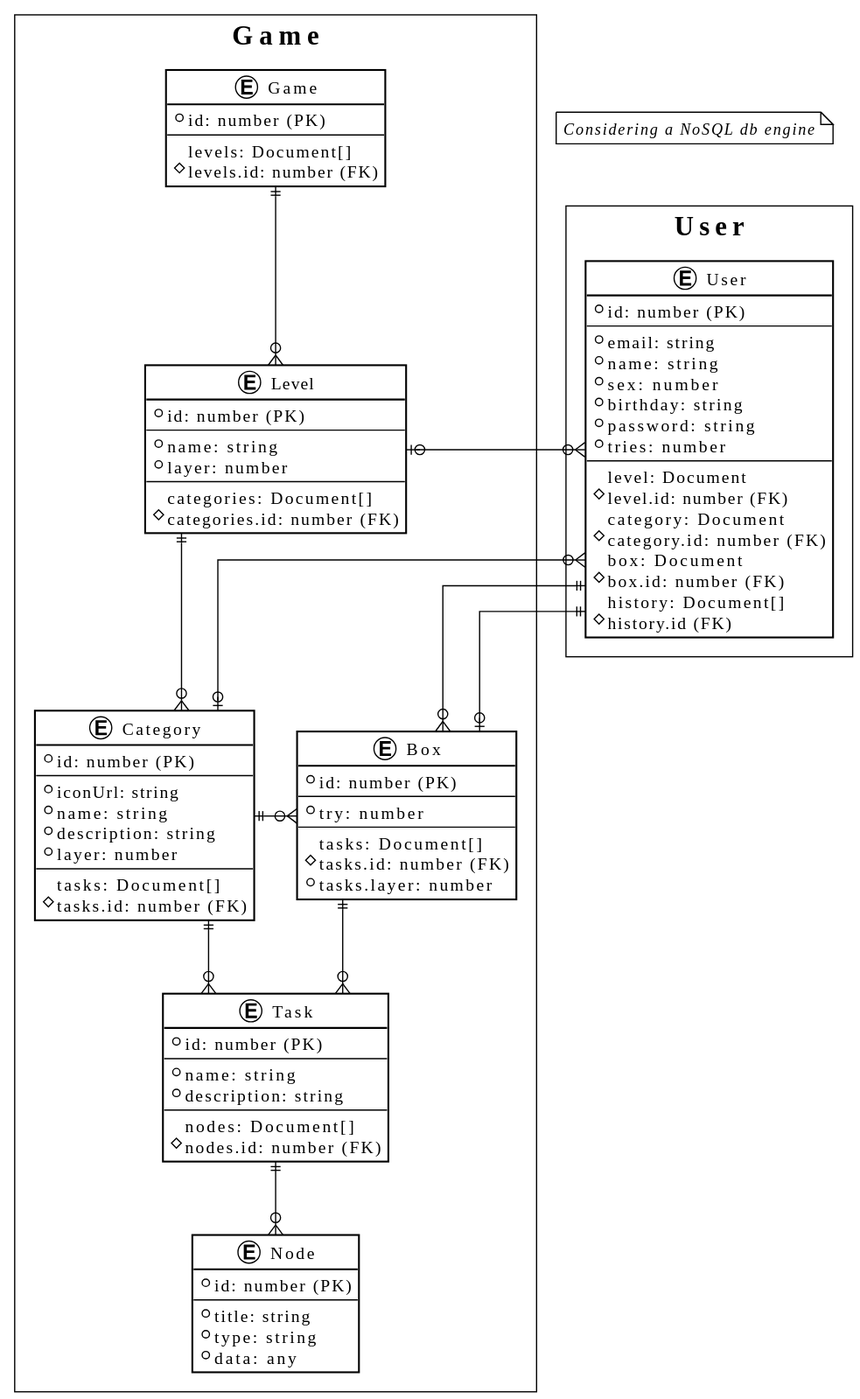
CITEI/Comunika keeps this PlantUML diagram as exported/database/er/er.svg. Above is the earlier version.
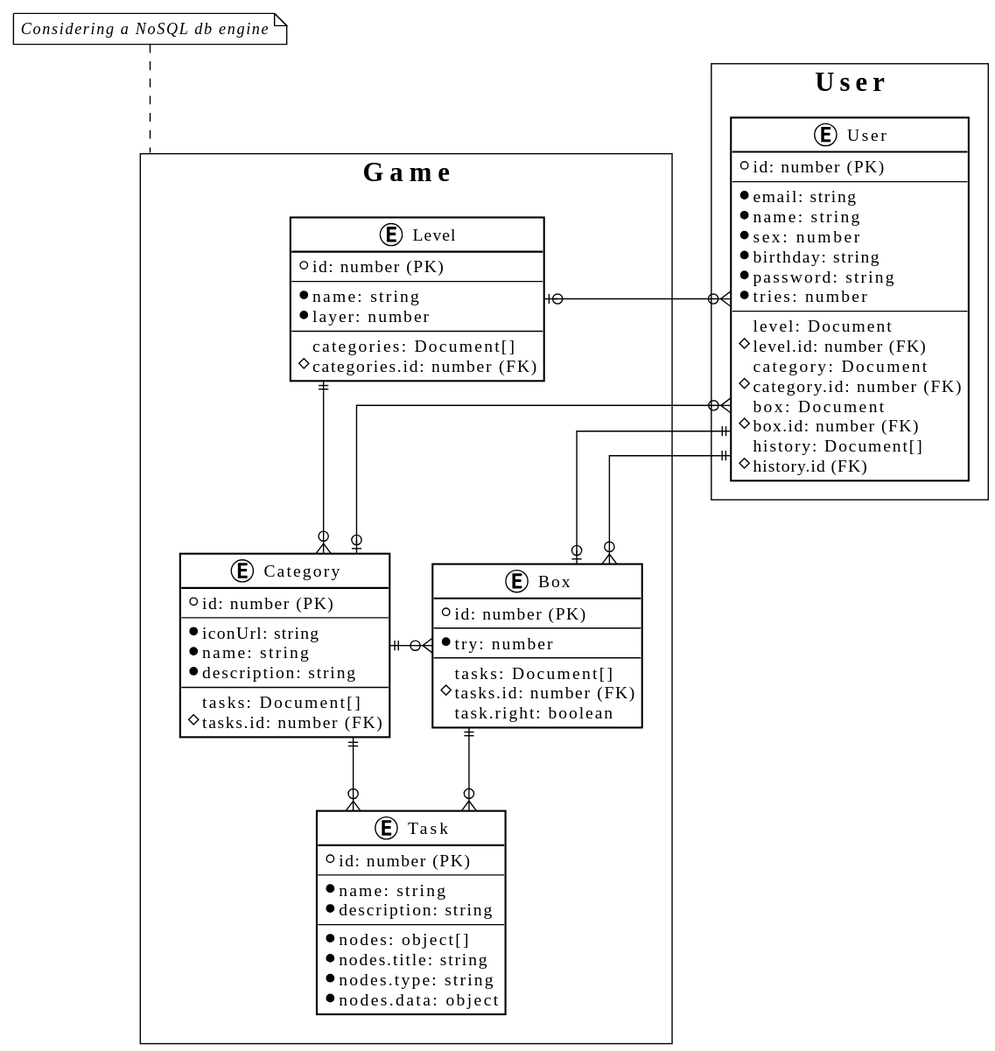
After the change.

Change to the diagram source:
```diff
@@ -2,17 +2,7 @@
 skinparam linetype ortho
 !theme plain
 
-note as EngineNote
-    <i>Considering a NoSQL db engine</i>
-end note
-
 package Game <<Rectangle>> {
-  entity Game {
-    + id: number (PK)
-    --
-    levels: Document[]
-    # levels.id: number (FK)
-  }
 
   entity Level {
     + id: number (PK)
@@ -30,7 +20,6 @@
     * iconUrl: string
     * name: string
     * description: string
-    * layer: number
     --
     tasks: Document[]
     # tasks.id: number (FK)
@@ -42,16 +31,10 @@
     * name: string
     * description: string
     --
-    nodes: Document[]
-    # nodes.id: number (FK)
-  }
-
-  entity Node {
-    + id: number (PK)
-    --
-    * title: string
-    * type: string
-    * data: any
+    * nodes: object[]
+    * nodes.title: string
+    * nodes.type: string
+    * nodes.data: object
   }
 
   entity Box {
@@ -61,16 +44,18 @@
     --
     tasks: Document[]
     # tasks.id: number (FK)
-    * tasks.layer: number
+    task.right: boolean
   }
 
-  Game ||-d-o{ Level
   Level ||-d-o{ Category
   Category ||-d-o{ Task
-  Task ||-d-o{ Node
   Box }o-r-|| Category
   Box ||-d-o{ Task
 }
+
+note top of Game
+    <i>Considering a NoSQL db engine</i>
+end note
 
 package User <<Rectangle>> {
 
@@ -100,4 +85,5 @@
   User ||-o{ Box
 
 }
+
 @enduml
```
